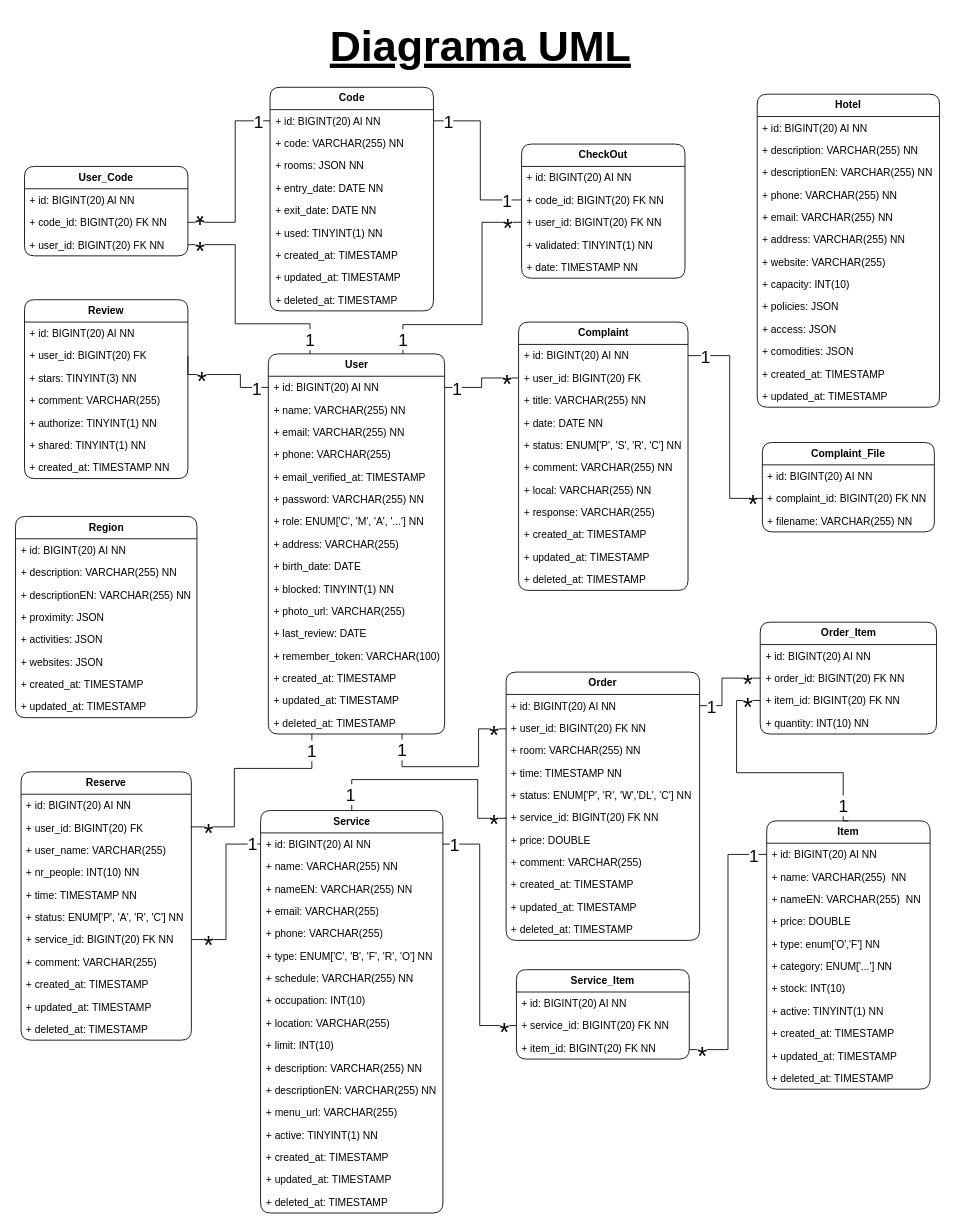
Happy-Guest/HG-Notes keeps this draw.io diagram as page "Diagrama UML" (1 of 2) of HappyGuest.drawio. Above is the earlier version. Source tidied: cells renumbered, new cells numbered last; positions are measured from the earlier drawing's top-left corner, leaving out a move shared by most shapes. Both pictures are drawn from the tidied source at 86%, with x=0, y=0 at pixel (15, 15).
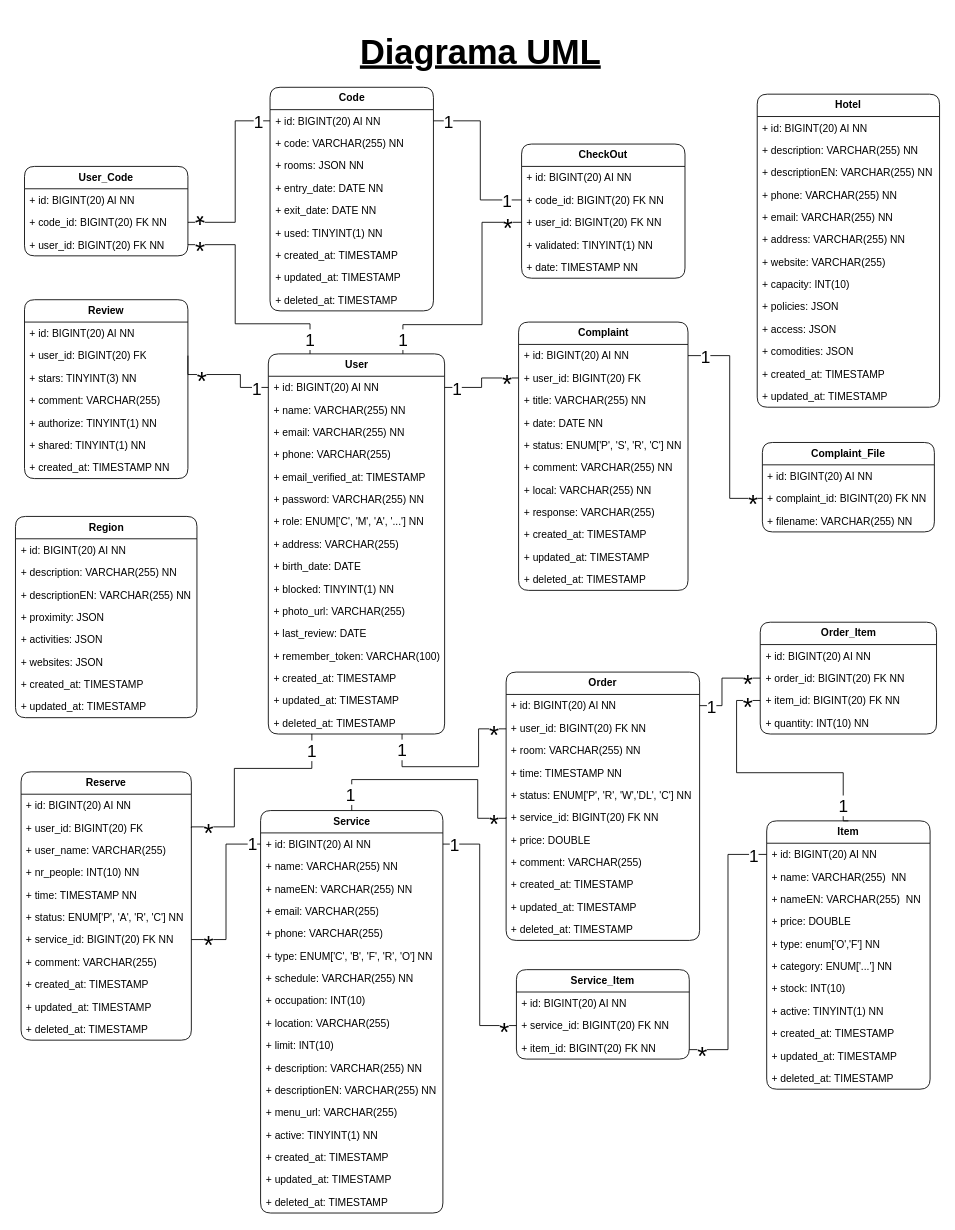
Above is the later version.

Change to the diagram source:
```diff
@@
-    <mxCell id="19" value="Diagrama UML" style="text;html=1;align=center;verticalAlign=middle;strokeColor=none;fillColor=none;fontSize=50;fontStyle=5;" parent="1" vertex="1">
-      <mxGeometry x="356" width="368" height="72" as="geometry" />
+    <mxCell id="19" value="Diagrama UML" style="text;html=1;align=center;verticalAlign=middle;strokeColor=none;fillColor=none;fontSize=40;fontStyle=5;" parent="1" vertex="1">
+      <mxGeometry x="391" y="12" width="298" height="60" as="geometry" />
     </mxCell>
```
